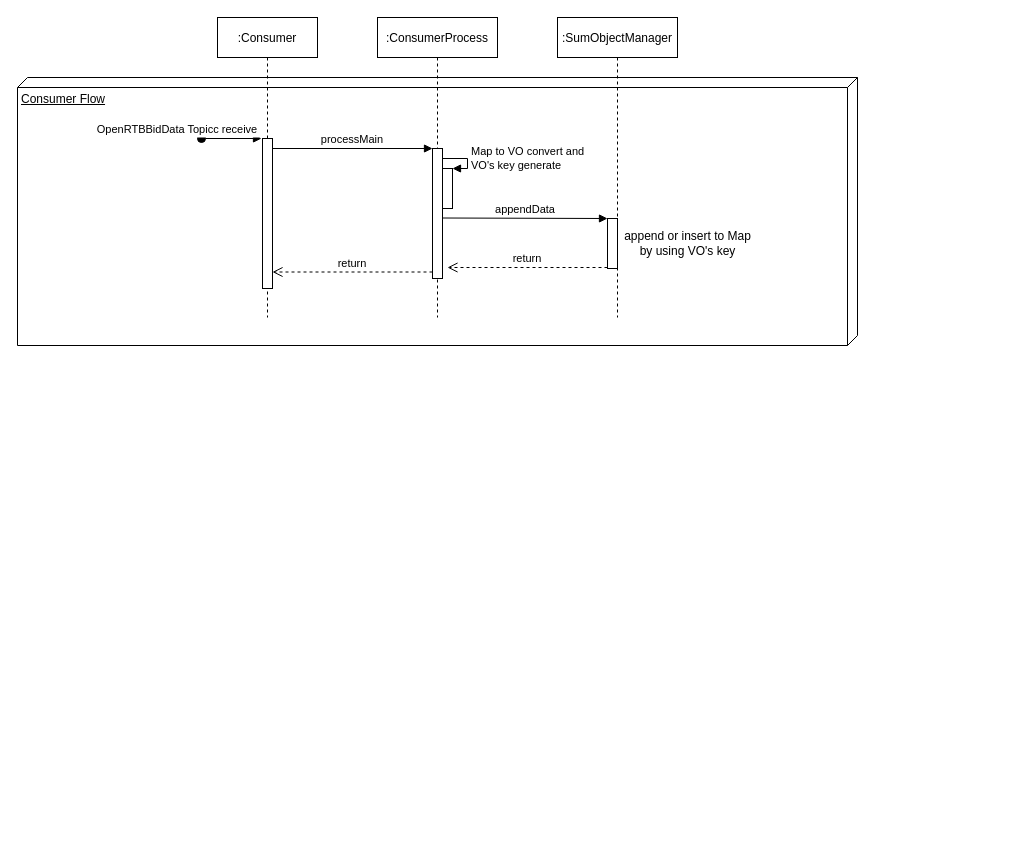
This is OpenRTB Consumer Flow.drawio from BaekSeungJo/Diagram, a draw.io file, before an edit. Source tidied: cells renumbered, new cells numbered last; positions are measured from the earlier drawing's top-left corner, leaving out a move shared by most shapes. Both pictures are drawn from the tidied source at 100%, with x=0, y=0 at pixel (17, 17).
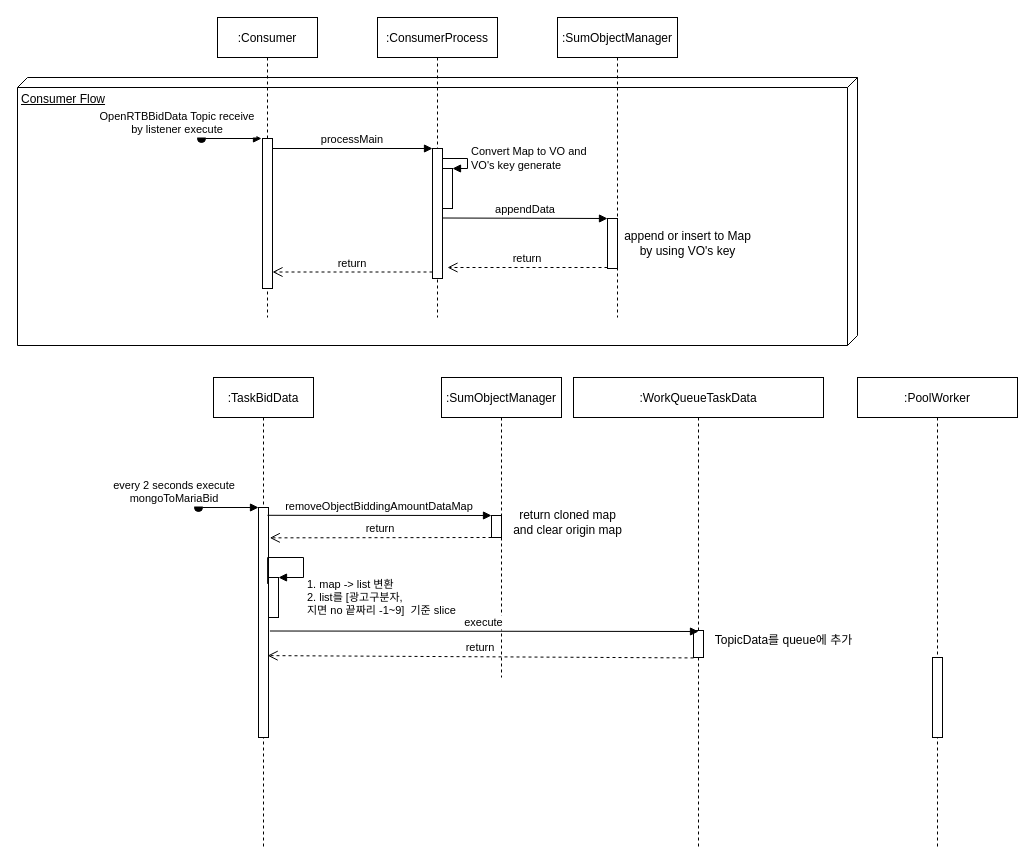
The same page after the edit.

Unchanged cells that the change refers to:
```xml
<mxCell id="3" value=":Consumer" style="shape=umlLifeline;perimeter=lifelinePerimeter;rounded=0;shadow=0;strokeWidth=1;" parent="1" vertex="1">
  <mxGeometry x="200" width="100" height="300" as="geometry" />
</mxCell>
<mxCell id="6" value=":ConsumerProcess" style="shape=umlLifeline;perimeter=lifelinePerimeter;rounded=0;shadow=0;strokeWidth=1;" parent="1" vertex="1">
  <mxGeometry x="360" width="120" height="300" as="geometry" />
</mxCell>
<mxCell id="8" style="html=1;points=[];perimeter=orthogonalPerimeter;" parent="6" vertex="1">
  <mxGeometry x="65" y="151" width="10" height="40" as="geometry" />
</mxCell>
```

The edit, as a diff of the source:
```diff
@@
-    <mxCell id="5" value="OpenRTBBidData Topicc receive" style="verticalAlign=bottom;startArrow=oval;endArrow=block;startSize=8;shadow=0;strokeWidth=1;" parent="3" edge="1">
+    <mxCell id="5" value="OpenRTBBidData Topic receive&#10;by listener execute" style="verticalAlign=bottom;startArrow=oval;endArrow=block;startSize=8;shadow=0;strokeWidth=1;" parent="3" edge="1">
       <mxGeometry x="-1" y="-24" relative="1" as="geometry">
         <mxPoint x="-16" y="121" as="sourcePoint" />
         <mxPoint x="44" y="121" as="targetPoint" />
         <mxPoint x="-24" y="-24" as="offset" />
       </mxGeometry>
     </mxCell>
@@
-    <mxCell id="9" value="Map to VO convert and&lt;br&gt;VO's key generate" style="edgeStyle=orthogonalEdgeStyle;html=1;align=left;spacingLeft=2;endArrow=block;rounded=0;entryX=1;entryY=0;" parent="6" edge="1" target="8">
+    <mxCell id="9" value="Convert Map to VO and&lt;br&gt;VO's key generate" style="edgeStyle=orthogonalEdgeStyle;html=1;align=left;spacingLeft=2;endArrow=block;rounded=0;entryX=1;entryY=0;" parent="6" edge="1" target="8">
       <mxGeometry relative="1" as="geometry">
         <mxPoint x="65" y="141" as="sourcePoint" />
         <Array as="points">
           <mxPoint x="90" y="141" />
         </Array>
       </mxGeometry>
     </mxCell>
@@
+    <mxCell id="17" value=":TaskBidData" style="shape=umlLifeline;perimeter=lifelinePerimeter;rounded=0;shadow=0;strokeWidth=1;" parent="1" vertex="1">
+      <mxGeometry x="196" y="360" width="100" height="470" as="geometry" />
+    </mxCell>
+    <mxCell id="18" style="points=[];perimeter=orthogonalPerimeter;rounded=0;shadow=0;strokeWidth=1;" parent="17" vertex="1">
+      <mxGeometry x="45" y="130" width="10" height="230" as="geometry" />
+    </mxCell>
+    <mxCell id="19" value="every 2 seconds execute&#10;mongoToMariaBid" style="verticalAlign=bottom;startArrow=oval;endArrow=block;startSize=8;shadow=0;strokeWidth=1;" parent="17" edge="1">
+      <mxGeometry x="-1" y="-24" relative="1" as="geometry">
+        <mxPoint x="-15" y="130" as="sourcePoint" />
+        <mxPoint x="45" y="130" as="targetPoint" />
+        <mxPoint x="-24" y="-24" as="offset" />
+      </mxGeometry>
+    </mxCell>
+    <mxCell id="20" style="html=1;points=[];perimeter=orthogonalPerimeter;" parent="17" vertex="1">
+      <mxGeometry x="55" y="200" width="10" height="40" as="geometry" />
+    </mxCell>
+    <mxCell id="21" value="1. map -&amp;gt; list 변환&lt;br&gt;2. list를 [광고구분자, &lt;br&gt;지면 no 끝짜리&amp;nbsp;-1~9]&amp;nbsp; 기준 slice&amp;nbsp;" style="edgeStyle=orthogonalEdgeStyle;html=1;align=left;spacingLeft=2;endArrow=block;rounded=0;entryX=1;entryY=0;exitX=0.914;exitY=0.332;exitDx=0;exitDy=0;exitPerimeter=0;" parent="17" edge="1" source="18" target="20">
+      <mxGeometry x="0.53" y="20" relative="1" as="geometry">
+        <Array as="points">
+          <mxPoint x="90" y="180" />
+          <mxPoint x="90" y="200" />
+        </Array>
+      </mxGeometry>
+    </mxCell>
+    <mxCell id="22" value=":SumObjectManager" style="shape=umlLifeline;perimeter=lifelinePerimeter;rounded=0;shadow=0;strokeWidth=1;" parent="1" vertex="1">
+      <mxGeometry x="424" y="360" width="120" height="300" as="geometry" />
+    </mxCell>
+    <mxCell id="23" style="perimeter=orthogonalPerimeter;rounded=0;shadow=0;strokeWidth=1;" parent="22" vertex="1">
+      <mxGeometry x="50" y="138" width="10" height="22" as="geometry" />
+    </mxCell>
+    <mxCell id="24" value="removeObjectBiddingAmountDataMap" style="verticalAlign=bottom;endArrow=block;shadow=0;strokeWidth=1;exitX=0.9;exitY=0.472;exitDx=0;exitDy=0;exitPerimeter=0;" parent="22" edge="1">
+      <mxGeometry relative="1" as="geometry">
+        <mxPoint x="-174" y="137.8" as="sourcePoint" />
+        <mxPoint x="50" y="138" as="targetPoint" />
+      </mxGeometry>
+    </mxCell>
+    <mxCell id="25" value="return" style="verticalAlign=bottom;endArrow=open;dashed=1;endSize=8;exitX=0;exitY=0.95;shadow=0;strokeWidth=1;entryX=1.129;entryY=0.132;entryDx=0;entryDy=0;entryPerimeter=0;" parent="22" edge="1" target="18">
+      <mxGeometry relative="1" as="geometry">
+        <mxPoint x="50" y="160" as="sourcePoint" />
+      </mxGeometry>
+    </mxCell>
+    <mxCell id="26" value="return cloned map &lt;br&gt;and clear origin map" style="text;html=1;align=center;verticalAlign=middle;strokeColor=none;fillColor=none;" parent="1" vertex="1">
+      <mxGeometry x="490" y="490" width="120" height="30" as="geometry" />
+    </mxCell>
+    <mxCell id="27" value=":WorkQueueTaskData" style="shape=umlLifeline;perimeter=lifelinePerimeter;rounded=0;shadow=0;strokeWidth=1;" parent="1" vertex="1">
+      <mxGeometry x="556" y="360" width="250" height="470" as="geometry" />
+    </mxCell>
+    <mxCell id="28" style="points=[];perimeter=orthogonalPerimeter;rounded=0;shadow=0;strokeWidth=1;" parent="27" vertex="1">
+      <mxGeometry x="120" y="253" width="10" height="27" as="geometry" />
+    </mxCell>
+    <mxCell id="29" value="TopicData를 queue에 추가" style="text;html=1;align=center;verticalAlign=middle;strokeColor=none;fillColor=none;" parent="27" vertex="1">
+      <mxGeometry x="130" y="253" width="160" height="20" as="geometry" />
+    </mxCell>
+    <mxCell id="30" value="execute" style="verticalAlign=bottom;endArrow=block;shadow=0;strokeWidth=1;exitX=1.143;exitY=0.537;exitDx=0;exitDy=0;exitPerimeter=0;entryX=0.5;entryY=0.037;entryDx=0;entryDy=0;entryPerimeter=0;" parent="1" edge="1" source="18" target="28">
+      <mxGeometry relative="1" as="geometry" />
+    </mxCell>
+    <mxCell id="31" value="return" style="verticalAlign=bottom;endArrow=open;dashed=1;endSize=8;shadow=0;strokeWidth=1;exitX=0;exitY=1.016;exitDx=0;exitDy=0;exitPerimeter=0;entryX=0.914;entryY=0.644;entryDx=0;entryDy=0;entryPerimeter=0;" parent="1" edge="1" source="28" target="18">
+      <mxGeometry relative="1" as="geometry" />
+    </mxCell>
+    <mxCell id="32" value=":PoolWorker" style="shape=umlLifeline;perimeter=lifelinePerimeter;rounded=0;shadow=0;strokeWidth=1;" parent="1" vertex="1">
+      <mxGeometry x="840" y="360" width="160" height="470" as="geometry" />
+    </mxCell>
+    <mxCell id="33" style="perimeter=orthogonalPerimeter;rounded=0;shadow=0;strokeWidth=1;" parent="32" vertex="1">
+      <mxGeometry x="75" y="280" width="10" height="80" as="geometry" />
+    </mxCell>
```
